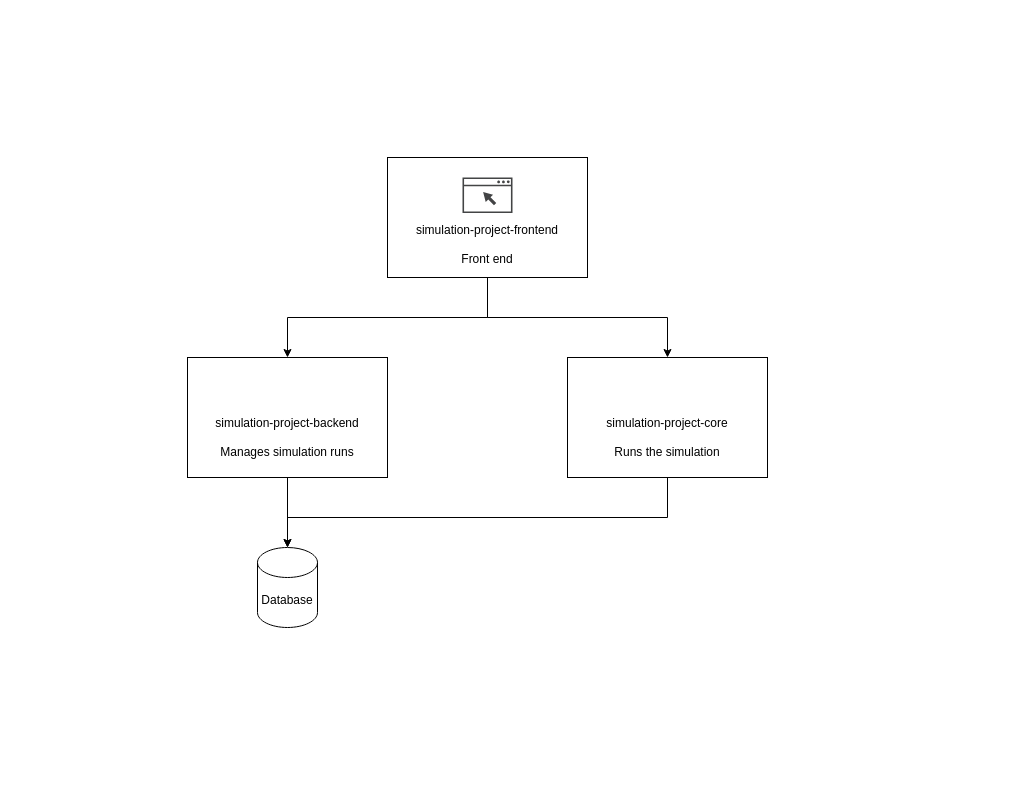
lt-shy-john/simulator-project keeps this draw.io diagram as page "Page-1" (1 of 2) of frontend/public/docs/Summary_Architecture.drawio. Above is the earlier version. Source tidied: cells renumbered, new cells numbered last; positions are measured from the earlier drawing's top-left corner, leaving out a move shared by most shapes. Both pictures are drawn from the tidied source at 100%, with x=0, y=0 at pixel (187, 157). Pictures stored in the file or linked from it are replaced by grey dashed boxes.
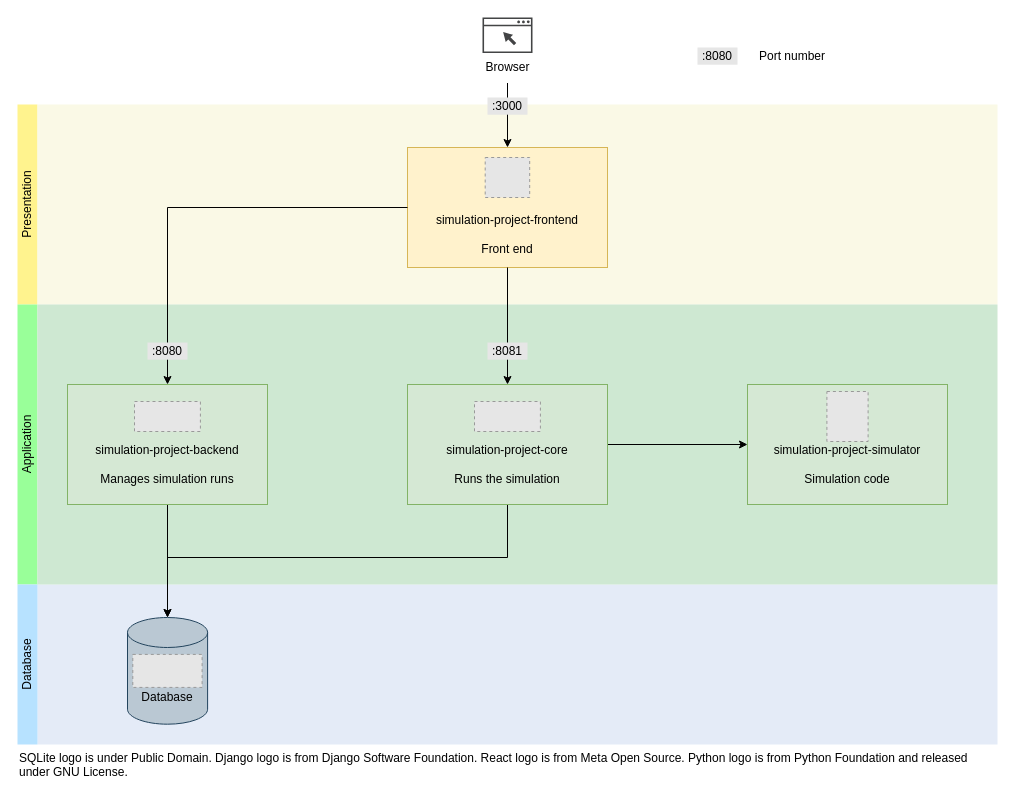
Above is the later version.

Commit message (it also covers changes not shown here):
Updated new arch diagram

Diff of the diagram source:
```diff
@@
-    <mxCell id="2" style="edgeStyle=orthogonalEdgeStyle;rounded=0;jettySize=auto;html=1;" parent="1" edge="1" source="4" target="7">
-      <mxGeometry relative="1" as="geometry" />
-    </mxCell>
-    <mxCell id="3" style="edgeStyle=orthogonalEdgeStyle;rounded=0;jettySize=auto;html=1;" parent="1" edge="1" source="4" target="9">
-      <mxGeometry relative="1" as="geometry" />
-    </mxCell>
-    <mxCell id="4" value="&lt;div&gt;&lt;br&gt;&lt;/div&gt;&lt;div&gt;simulation-project-frontend&lt;/div&gt;&lt;div&gt;&lt;br&gt;&lt;/div&gt;Front end" style="rounded=0;whiteSpace=wrap;html=1;spacingTop=40;" parent="1" vertex="1">
-      <mxGeometry x="200" width="200" height="120" as="geometry" />
-    </mxCell>
-    <mxCell id="5" style="sketch=0;shadow=0;dashed=0;html=1;strokeColor=none;fillColor=#434445;labelPosition=center;verticalLabelPosition=bottom;verticalAlign=top;align=center;outlineConnect=0;shape=mxgraph.vvd.web_browser;" parent="1" vertex="1">
-      <mxGeometry x="275" y="20" width="50" height="35.5" as="geometry" />
-    </mxCell>
+    <mxCell id="11" style="rounded=0;whiteSpace=wrap;html=1;strokeColor=none;fillColor=#E4EBF7;" parent="1" vertex="1">
+      <mxGeometry x="-150" y="427" width="960" height="160" as="geometry" />
+    </mxCell>
+    <mxCell id="12" value="Presentation" style="rounded=0;whiteSpace=wrap;html=1;rotation=270;strokeColor=none;fillColor=#FFF38E;" parent="1" vertex="1">
+      <mxGeometry x="-260" y="37" width="200" height="20" as="geometry" />
+    </mxCell>
+    <mxCell id="13" value="Application" style="rounded=0;whiteSpace=wrap;html=1;rotation=270;strokeColor=none;fillColor=#99FF99;" parent="1" vertex="1">
+      <mxGeometry x="-300" y="277" width="280" height="20" as="geometry" />
+    </mxCell>
+    <mxCell id="14" value="Database" style="rounded=0;whiteSpace=wrap;html=1;rotation=270;strokeColor=none;fillColor=#B7E2FF;" parent="1" vertex="1">
+      <mxGeometry x="-240" y="497" width="160" height="20" as="geometry" />
+    </mxCell>
+    <mxCell id="15" style="rounded=0;whiteSpace=wrap;html=1;strokeColor=none;fillColor=#FAF9E6;" parent="1" vertex="1">
+      <mxGeometry x="-150" y="-53" width="960" height="200" as="geometry" />
+    </mxCell>
+    <mxCell id="16" style="rounded=0;whiteSpace=wrap;html=1;strokeColor=none;fillColor=#CEE8D2;" parent="1" vertex="1">
+      <mxGeometry x="-150" y="147" width="960" height="280" as="geometry" />
+    </mxCell>
@@
-    <mxCell id="7" value="simulation-project-backend&lt;div&gt;&lt;br&gt;&lt;/div&gt;&lt;div&gt;Manages simulation runs&lt;/div&gt;" style="rounded=0;whiteSpace=wrap;html=1;spacingTop=40;" parent="1" vertex="1">
-      <mxGeometry y="200" width="200" height="120" as="geometry" />
+    <mxCell id="7" value="simulation-project-backend&lt;div&gt;&lt;br&gt;&lt;/div&gt;&lt;div&gt;Manages simulation runs&lt;/div&gt;" style="rounded=0;whiteSpace=wrap;html=1;spacingTop=40;fillColor=#d5e8d4;strokeColor=#82b366;" parent="1" vertex="1">
+      <mxGeometry x="-120" y="227" width="200" height="120" as="geometry" />
     </mxCell>
     <mxCell id="8" style="edgeStyle=orthogonalEdgeStyle;rounded=0;jettySize=auto;html=1;" parent="1" edge="1" source="9" target="10">
       <mxGeometry relative="1" as="geometry">
         <Array as="points">
-          <mxPoint x="480" y="360" />
-          <mxPoint x="100" y="360" />
+          <mxPoint x="320" y="400" />
+          <mxPoint x="-20" y="400" />
         </Array>
       </mxGeometry>
     </mxCell>
+    <mxCell id="17" style="edgeStyle=orthogonalEdgeStyle;rounded=0;jettySize=auto;html=1;" parent="1" edge="1" source="9" target="29">
+      <mxGeometry relative="1" as="geometry" />
+    </mxCell>
-    <mxCell id="9" value="simulation-project-core&lt;div&gt;&lt;br&gt;&lt;div&gt;Runs the simulation&lt;/div&gt;&lt;/div&gt;" style="rounded=0;whiteSpace=wrap;html=1;spacingTop=40;" parent="1" vertex="1">
-      <mxGeometry x="380" y="200" width="200" height="120" as="geometry" />
+    <mxCell id="9" value="simulation-project-core&lt;div&gt;&lt;br&gt;&lt;div&gt;Runs the simulation&lt;/div&gt;&lt;/div&gt;" style="rounded=0;whiteSpace=wrap;html=1;spacingTop=40;fillColor=#d5e8d4;strokeColor=#82b366;" parent="1" vertex="1">
+      <mxGeometry x="220" y="227" width="200" height="120" as="geometry" />
     </mxCell>
-    <mxCell id="10" value="Database" style="shape=cylinder3;whiteSpace=wrap;html=1;boundedLbl=1;backgroundOutline=1;size=15;" parent="1" vertex="1">
-      <mxGeometry x="70" y="390" width="60" height="80" as="geometry" />
+    <mxCell id="10" value="Database" style="shape=cylinder3;whiteSpace=wrap;html=1;boundedLbl=1;backgroundOutline=1;size=15;fillColor=#bac8d3;strokeColor=#23445d;spacing=2;spacingBottom=-28;" parent="1" vertex="1">
+      <mxGeometry x="-60" y="460" width="80.1" height="106.7" as="geometry" />
     </mxCell>
+    <mxCell id="4" value="&lt;div&gt;&lt;br&gt;&lt;/div&gt;&lt;div&gt;simulation-project-frontend&lt;/div&gt;&lt;div&gt;&lt;br&gt;&lt;/div&gt;Front end" style="rounded=0;whiteSpace=wrap;html=1;spacingTop=40;fillColor=#fff2cc;strokeColor=#d6b656;" parent="1" vertex="1">
+      <mxGeometry x="220" y="-10" width="200" height="120" as="geometry" />
+    </mxCell>
+    <mxCell id="2" style="edgeStyle=orthogonalEdgeStyle;rounded=0;jettySize=auto;html=1;" parent="1" edge="1" source="4" target="7">
+      <mxGeometry relative="1" as="geometry" />
+    </mxCell>
+    <mxCell id="3" style="edgeStyle=orthogonalEdgeStyle;rounded=0;jettySize=auto;html=1;" parent="1" edge="1" source="4" target="9">
+      <mxGeometry relative="1" as="geometry" />
+    </mxCell>
+    <mxCell id="18" style="edgeStyle=orthogonalEdgeStyle;rounded=0;jettySize=auto;html=1;sourcePerimeterSpacing=30;" parent="1" edge="1" source="5" target="4">
+      <mxGeometry relative="1" as="geometry" />
+    </mxCell>
+    <mxCell id="5" value="Browser" style="sketch=0;shadow=0;dashed=0;html=1;strokeColor=none;fillColor=#434445;labelPosition=center;verticalLabelPosition=bottom;verticalAlign=top;align=center;outlineConnect=0;shape=mxgraph.vvd.web_browser;" parent="1" vertex="1">
+      <mxGeometry x="295" y="-140" width="50" height="35.5" as="geometry" />
+    </mxCell>
+    <mxCell id="19" value=":3000" style="text;html=1;align=center;verticalAlign=middle;whiteSpace=wrap;rounded=0;fillColor=#E6E6E6;" parent="1" vertex="1">
+      <mxGeometry x="300" y="-60" width="40" height="17.2" as="geometry" />
+    </mxCell>
+    <mxCell id="20" value=":8080" style="text;html=1;align=center;verticalAlign=middle;whiteSpace=wrap;rounded=0;fillColor=#E6E6E6;" parent="1" vertex="1">
+      <mxGeometry x="-40" y="185" width="40" height="17.2" as="geometry" />
+    </mxCell>
+    <mxCell id="21" value=":8081" style="text;html=1;align=center;verticalAlign=middle;whiteSpace=wrap;rounded=0;fillColor=#E6E6E6;" parent="1" vertex="1">
+      <mxGeometry x="300" y="185" width="40" height="17.2" as="geometry" />
+    </mxCell>
+    <mxCell id="22" style="fillColor=#E6E6E6;strokeColor=#999999;dashed=1;verticalLabelPosition=bottom;labelBackgroundColor=default;verticalAlign=top;" parent="1" vertex="1">
+      <mxGeometry x="-54.7" y="496.9" width="69.3" height="33" as="geometry" />
+    </mxCell>
+    <mxCell id="23" value="SQLite logo is under Public Domain. Django logo is from&amp;nbsp;Django Software Foundation. React logo is from Meta Open Source. Python logo is from Python Foundation and released under GNU License.&amp;nbsp;" style="text;html=1;align=left;verticalAlign=top;whiteSpace=wrap;rounded=0;" parent="1" vertex="1">
+      <mxGeometry x="-170" y="587" width="980" height="43" as="geometry" />
+    </mxCell>
+    <mxCell id="24" style="fillColor=#E6E6E6;strokeColor=#999999;dashed=1;verticalLabelPosition=bottom;labelBackgroundColor=default;verticalAlign=top;" parent="1" vertex="1">
+      <mxGeometry x="-53" y="244" width="65.9" height="30" as="geometry" />
+    </mxCell>
+    <mxCell id="25" style="fillColor=#E6E6E6;strokeColor=#999999;dashed=1;verticalLabelPosition=bottom;labelBackgroundColor=default;verticalAlign=top;" parent="1" vertex="1">
+      <mxGeometry x="287" y="244" width="65.9" height="30" as="geometry" />
+    </mxCell>
+    <mxCell id="26" style="fillColor=#E6E6E6;strokeColor=#999999;dashed=1;verticalLabelPosition=bottom;labelBackgroundColor=default;verticalAlign=top;" parent="1" vertex="1">
+      <mxGeometry x="297.7" width="44.5" height="40" as="geometry" />
+    </mxCell>
+    <mxCell id="27" value=":8080" style="text;html=1;align=center;verticalAlign=middle;whiteSpace=wrap;rounded=0;fillColor=#E6E6E6;" parent="1" vertex="1">
+      <mxGeometry x="510" y="-110" width="40" height="17.2" as="geometry" />
+    </mxCell>
+    <mxCell id="28" value="Port number" style="text;html=1;align=center;verticalAlign=middle;whiteSpace=wrap;rounded=0;" parent="1" vertex="1">
+      <mxGeometry x="560" y="-116.4" width="90" height="30" as="geometry" />
+    </mxCell>
+    <mxCell id="29" value="simulation-project-simulator&lt;div&gt;&lt;br&gt;&lt;/div&gt;&lt;div&gt;Simulation code&lt;/div&gt;" style="rounded=0;whiteSpace=wrap;html=1;spacingTop=40;fillColor=#d5e8d4;strokeColor=#82b366;" parent="1" vertex="1">
+      <mxGeometry x="560" y="227" width="200" height="120" as="geometry" />
+    </mxCell>
+    <mxCell id="30" style="fillColor=#E6E6E6;strokeColor=#999999;dashed=1;verticalLabelPosition=bottom;labelBackgroundColor=default;verticalAlign=top;" parent="1" vertex="1">
+      <mxGeometry x="639.4" y="234" width="41.2" height="50" as="geometry" />
+    </mxCell>
```
